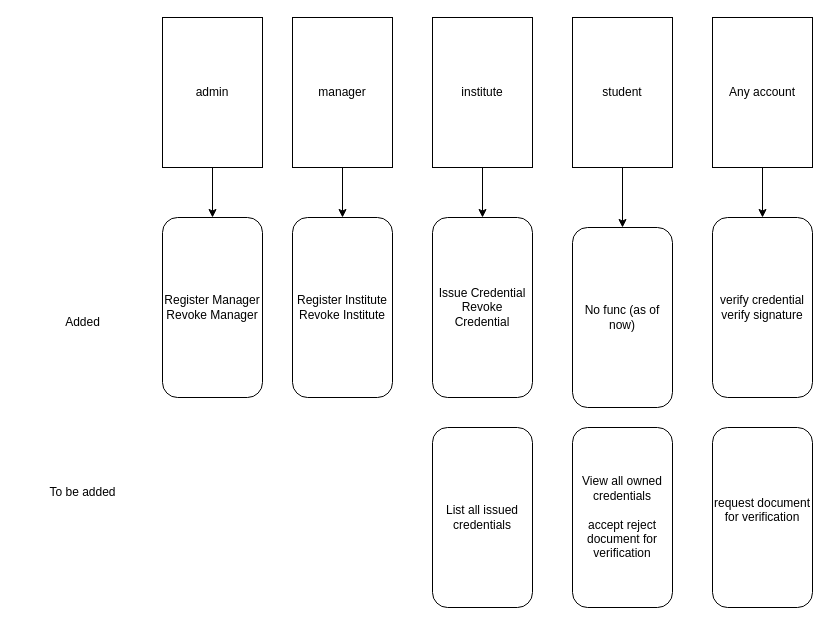
Earlier version of the draw.io diagram Role_Functions.drawio (Saurav-Navdhare/NFT-CredentialManagementSystem). Source tidied: cells renumbered, new cells numbered last; positions are measured from the earlier drawing's top-left corner, leaving out a move shared by most shapes. Both pictures are drawn from the tidied source at 100%, with x=0, y=0 at pixel (37, 17).
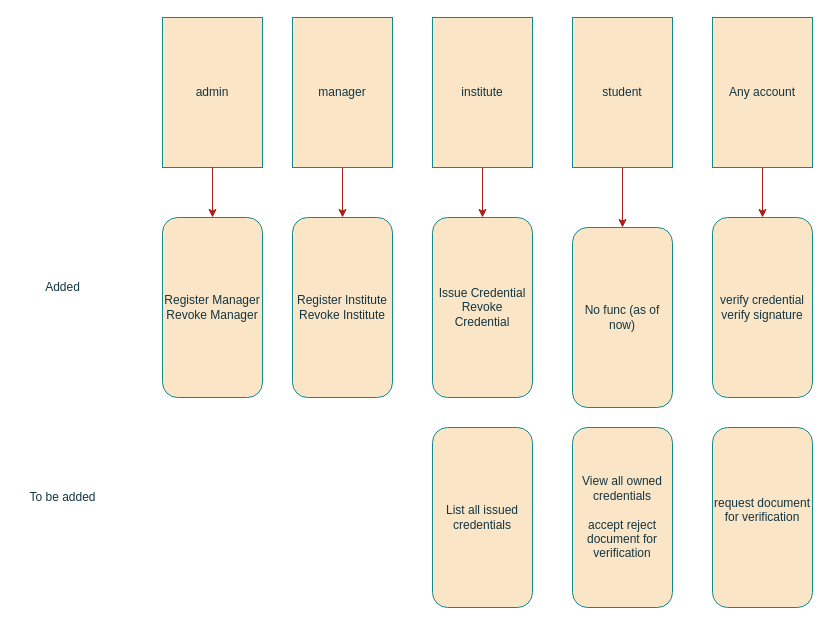
After the change.

The edit, as a diff of the source:
```diff
@@
-<mxGraphModel>
+<mxGraphModel background="#ffffff">
@@
-    <mxCell id="2" value="admin" style="rounded=0;whiteSpace=wrap;html=1;" parent="1" vertex="1">
+    <mxCell id="2" value="admin" style="rounded=0;whiteSpace=wrap;html=1;labelBackgroundColor=none;fillColor=#FAE5C7;strokeColor=#0F8B8D;fontColor=#143642;" parent="1" vertex="1">
       <mxGeometry x="125" width="100" height="150" as="geometry" />
     </mxCell>
-    <mxCell id="3" style="edgeStyle=orthogonalEdgeStyle;rounded=0;jettySize=auto;html=1;exitX=0.5;exitY=1;exitDx=0;exitDy=0;entryX=0.5;entryY=0;entryDx=0;entryDy=0;" parent="1" edge="1" source="4" target="10">
+    <mxCell id="3" style="edgeStyle=orthogonalEdgeStyle;rounded=0;jettySize=auto;html=1;exitX=0.5;exitY=1;exitDx=0;exitDy=0;entryX=0.5;entryY=0;entryDx=0;entryDy=0;labelBackgroundColor=none;strokeColor=#A8201A;fontColor=default;" parent="1" edge="1" source="4" target="10">
       <mxGeometry relative="1" as="geometry" />
     </mxCell>
-    <mxCell id="4" value="manager" style="rounded=0;whiteSpace=wrap;html=1;" parent="1" vertex="1">
+    <mxCell id="4" value="manager" style="rounded=0;whiteSpace=wrap;html=1;labelBackgroundColor=none;fillColor=#FAE5C7;strokeColor=#0F8B8D;fontColor=#143642;" parent="1" vertex="1">
       <mxGeometry x="255" width="100" height="150" as="geometry" />
     </mxCell>
-    <mxCell id="5" style="edgeStyle=orthogonalEdgeStyle;rounded=0;jettySize=auto;html=1;exitX=0.5;exitY=1;exitDx=0;exitDy=0;entryX=0.5;entryY=0;entryDx=0;entryDy=0;" parent="1" edge="1" source="6" target="11">
+    <mxCell id="5" style="edgeStyle=orthogonalEdgeStyle;rounded=0;jettySize=auto;html=1;exitX=0.5;exitY=1;exitDx=0;exitDy=0;entryX=0.5;entryY=0;entryDx=0;entryDy=0;labelBackgroundColor=none;strokeColor=#A8201A;fontColor=default;" parent="1" edge="1" source="6" target="11">
       <mxGeometry relative="1" as="geometry" />
     </mxCell>
-    <mxCell id="6" value="institute" style="rounded=0;whiteSpace=wrap;html=1;" parent="1" vertex="1">
+    <mxCell id="6" value="institute" style="rounded=0;whiteSpace=wrap;html=1;labelBackgroundColor=none;fillColor=#FAE5C7;strokeColor=#0F8B8D;fontColor=#143642;" parent="1" vertex="1">
       <mxGeometry x="395" width="100" height="150" as="geometry" />
     </mxCell>
-    <mxCell id="7" style="edgeStyle=orthogonalEdgeStyle;rounded=0;jettySize=auto;html=1;exitX=0.5;exitY=1;exitDx=0;exitDy=0;entryX=0.5;entryY=0;entryDx=0;entryDy=0;" parent="1" edge="1" source="8" target="12">
+    <mxCell id="7" style="edgeStyle=orthogonalEdgeStyle;rounded=0;jettySize=auto;html=1;exitX=0.5;exitY=1;exitDx=0;exitDy=0;entryX=0.5;entryY=0;entryDx=0;entryDy=0;labelBackgroundColor=none;strokeColor=#A8201A;fontColor=default;" parent="1" edge="1" source="8" target="12">
       <mxGeometry relative="1" as="geometry" />
     </mxCell>
-    <mxCell id="8" value="student" style="rounded=0;whiteSpace=wrap;html=1;" parent="1" vertex="1">
+    <mxCell id="8" value="student" style="rounded=0;whiteSpace=wrap;html=1;labelBackgroundColor=none;fillColor=#FAE5C7;strokeColor=#0F8B8D;fontColor=#143642;" parent="1" vertex="1">
       <mxGeometry x="535" width="100" height="150" as="geometry" />
     </mxCell>
-    <mxCell id="9" value="&lt;div&gt;Register Manager&lt;/div&gt;&lt;div&gt;Revoke Manager&lt;br&gt;&lt;/div&gt;" style="rounded=1;whiteSpace=wrap;html=1;" parent="1" vertex="1">
+    <mxCell id="9" value="&lt;div&gt;Register Manager&lt;/div&gt;&lt;div&gt;Revoke Manager&lt;br&gt;&lt;/div&gt;" style="rounded=1;whiteSpace=wrap;html=1;labelBackgroundColor=none;fillColor=#FAE5C7;strokeColor=#0F8B8D;fontColor=#143642;" parent="1" vertex="1">
       <mxGeometry x="125" y="200" width="100" height="180" as="geometry" />
     </mxCell>
-    <mxCell id="10" value="&lt;div&gt;Register Institute&lt;/div&gt;&lt;div&gt;Revoke Institute&lt;br&gt;&lt;/div&gt;" style="rounded=1;whiteSpace=wrap;html=1;" parent="1" vertex="1">
+    <mxCell id="10" value="&lt;div&gt;Register Institute&lt;/div&gt;&lt;div&gt;Revoke Institute&lt;br&gt;&lt;/div&gt;" style="rounded=1;whiteSpace=wrap;html=1;labelBackgroundColor=none;fillColor=#FAE5C7;strokeColor=#0F8B8D;fontColor=#143642;" parent="1" vertex="1">
       <mxGeometry x="255" y="200" width="100" height="180" as="geometry" />
     </mxCell>
-    <mxCell id="11" value="&lt;div&gt;Issue Credential&lt;/div&gt;&lt;div&gt;Revoke Credential&lt;br&gt;&lt;/div&gt;" style="rounded=1;whiteSpace=wrap;html=1;" parent="1" vertex="1">
+    <mxCell id="11" value="&lt;div&gt;Issue Credential&lt;/div&gt;&lt;div&gt;Revoke Credential&lt;br&gt;&lt;/div&gt;" style="rounded=1;whiteSpace=wrap;html=1;labelBackgroundColor=none;fillColor=#FAE5C7;strokeColor=#0F8B8D;fontColor=#143642;" parent="1" vertex="1">
       <mxGeometry x="395" y="200" width="100" height="180" as="geometry" />
     </mxCell>
-    <mxCell id="12" value="No func (as of now)" style="rounded=1;whiteSpace=wrap;html=1;" parent="1" vertex="1">
+    <mxCell id="12" value="No func (as of now)" style="rounded=1;whiteSpace=wrap;html=1;labelBackgroundColor=none;fillColor=#FAE5C7;strokeColor=#0F8B8D;fontColor=#143642;" parent="1" vertex="1">
       <mxGeometry x="535" y="210" width="100" height="180" as="geometry" />
     </mxCell>
-    <mxCell id="13" style="edgeStyle=orthogonalEdgeStyle;rounded=0;jettySize=auto;html=1;exitX=0.5;exitY=1;exitDx=0;exitDy=0;entryX=0.5;entryY=0;entryDx=0;entryDy=0;" parent="1" edge="1" source="14" target="15">
+    <mxCell id="13" style="edgeStyle=orthogonalEdgeStyle;rounded=0;jettySize=auto;html=1;exitX=0.5;exitY=1;exitDx=0;exitDy=0;entryX=0.5;entryY=0;entryDx=0;entryDy=0;labelBackgroundColor=none;strokeColor=#A8201A;fontColor=default;" parent="1" edge="1" source="14" target="15">
       <mxGeometry relative="1" as="geometry" />
     </mxCell>
-    <mxCell id="14" value="Any account" style="rounded=0;whiteSpace=wrap;html=1;" parent="1" vertex="1">
+    <mxCell id="14" value="Any account" style="rounded=0;whiteSpace=wrap;html=1;labelBackgroundColor=none;fillColor=#FAE5C7;strokeColor=#0F8B8D;fontColor=#143642;" parent="1" vertex="1">
       <mxGeometry x="675" width="100" height="150" as="geometry" />
     </mxCell>
-    <mxCell id="15" value="&lt;div&gt;verify credential&lt;/div&gt;&lt;div&gt;verify signature&lt;br&gt;&lt;/div&gt;" style="rounded=1;whiteSpace=wrap;html=1;" parent="1" vertex="1">
+    <mxCell id="15" value="&lt;div&gt;verify credential&lt;/div&gt;&lt;div&gt;verify signature&lt;br&gt;&lt;/div&gt;" style="rounded=1;whiteSpace=wrap;html=1;labelBackgroundColor=none;fillColor=#FAE5C7;strokeColor=#0F8B8D;fontColor=#143642;" parent="1" vertex="1">
       <mxGeometry x="675" y="200" width="100" height="180" as="geometry" />
     </mxCell>
-    <mxCell id="16" value="List all issued credentials" style="rounded=1;whiteSpace=wrap;html=1;" parent="1" vertex="1">
+    <mxCell id="16" value="List all issued credentials" style="rounded=1;whiteSpace=wrap;html=1;labelBackgroundColor=none;fillColor=#FAE5C7;strokeColor=#0F8B8D;fontColor=#143642;" parent="1" vertex="1">
       <mxGeometry x="395" y="410" width="100" height="180" as="geometry" />
     </mxCell>
-    <mxCell id="17" value="&lt;div&gt;View all owned credentials&lt;/div&gt;&lt;div&gt;&lt;br&gt;&lt;/div&gt;&lt;div&gt;accept reject document for verification&lt;br&gt;&lt;/div&gt;" style="rounded=1;whiteSpace=wrap;html=1;" parent="1" vertex="1">
+    <mxCell id="17" value="&lt;div&gt;View all owned credentials&lt;/div&gt;&lt;div&gt;&lt;br&gt;&lt;/div&gt;&lt;div&gt;accept reject document for verification&lt;br&gt;&lt;/div&gt;" style="rounded=1;whiteSpace=wrap;html=1;labelBackgroundColor=none;fillColor=#FAE5C7;strokeColor=#0F8B8D;fontColor=#143642;" parent="1" vertex="1">
       <mxGeometry x="535" y="410" width="100" height="180" as="geometry" />
     </mxCell>
-    <mxCell id="18" value="&lt;div&gt;request document for verification&lt;/div&gt;&lt;div&gt;&lt;br&gt;&lt;/div&gt;" style="rounded=1;whiteSpace=wrap;html=1;" parent="1" vertex="1">
+    <mxCell id="18" value="&lt;div&gt;request document for verification&lt;/div&gt;&lt;div&gt;&lt;br&gt;&lt;/div&gt;" style="rounded=1;whiteSpace=wrap;html=1;labelBackgroundColor=none;fillColor=#FAE5C7;strokeColor=#0F8B8D;fontColor=#143642;" parent="1" vertex="1">
       <mxGeometry x="675" y="410" width="100" height="180" as="geometry" />
     </mxCell>
-    <mxCell id="19" value="Added" style="text;html=1;align=center;verticalAlign=middle;strokeColor=none;fillColor=none;" parent="1" vertex="1">
-      <mxGeometry x="15" y="290" width="60" height="30" as="geometry" />
+    <mxCell id="19" value="Added" style="text;html=1;align=center;verticalAlign=middle;strokeColor=none;fillColor=none;labelBackgroundColor=none;fontColor=#143642;" parent="1" vertex="1">
+      <mxGeometry x="-5" y="255" width="60" height="30" as="geometry" />
     </mxCell>
-    <mxCell id="20" value="To be added" style="text;html=1;align=center;verticalAlign=middle;strokeColor=none;fillColor=none;" parent="1" vertex="1">
-      <mxGeometry y="460" width="90" height="30" as="geometry" />
+    <mxCell id="20" value="To be added" style="text;html=1;align=center;verticalAlign=middle;strokeColor=none;fillColor=none;labelBackgroundColor=none;fontColor=#143642;" parent="1" vertex="1">
+      <mxGeometry x="-20" y="465" width="90" height="30" as="geometry" />
     </mxCell>
-    <mxCell id="21" style="endArrow=classic;html=1;rounded=0;exitX=0.5;exitY=1;exitDx=0;exitDy=0;entryX=0.5;entryY=0;entryDx=0;entryDy=0;" parent="1" edge="1" source="2" target="9">
+    <mxCell id="21" style="endArrow=classic;html=1;rounded=0;exitX=0.5;exitY=1;exitDx=0;exitDy=0;entryX=0.5;entryY=0;entryDx=0;entryDy=0;labelBackgroundColor=none;strokeColor=#A8201A;fontColor=default;" parent="1" edge="1" source="2" target="9">
       <mxGeometry relative="1" as="geometry" />
     </mxCell>
```
